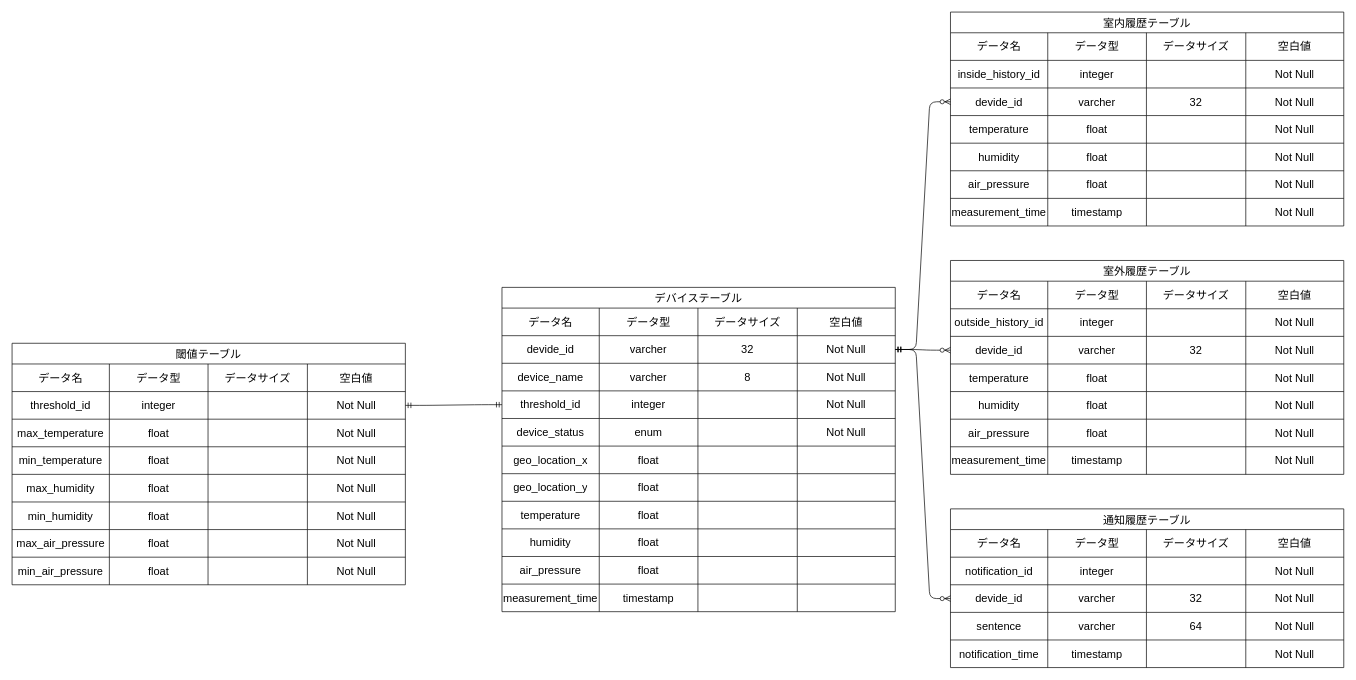
The draw.io diagram docs/design/db/E-R.drawio in GeL02468/room-temperature-measurement-system, before the edit. Source tidied: cells renumbered, new cells numbered last; positions are measured from the earlier drawing's top-left corner, leaving out a move shared by most shapes. Both pictures are drawn from the tidied source at 69%, with x=0, y=0 at pixel (12, 12).
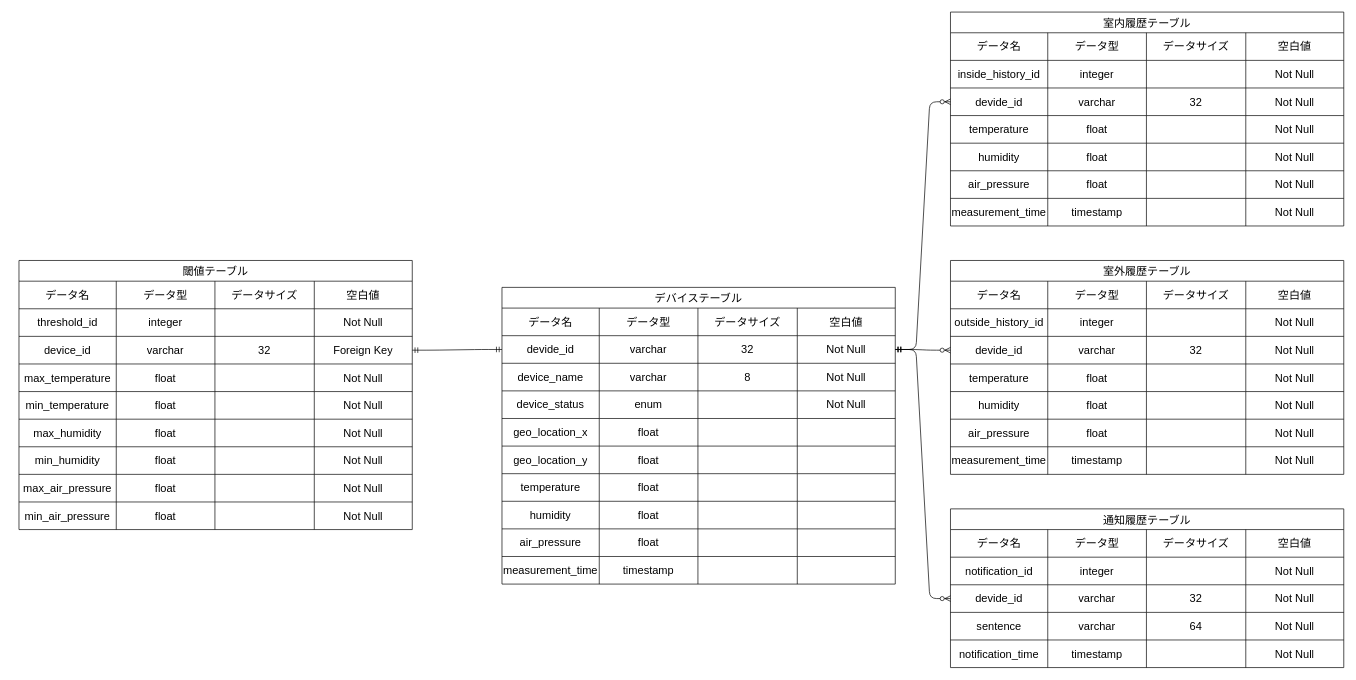
After the change.

The change refers to these unchanged cells:
```xml
<mxCell id="8" style="shape=tableRow;horizontal=0;startSize=0;swimlaneHead=0;swimlaneBody=0;strokeColor=inherit;top=0;left=0;bottom=0;right=0;fillColor=none;points=[[0,0.5],[1,0.5]];portConstraint=eastwest;fontSize=16;" parent="2" vertex="1">
  <mxGeometry y="70" width="570" height="40" as="geometry" />
</mxCell>
<mxCell id="54" style="shape=tableRow;horizontal=0;startSize=0;swimlaneHead=0;swimlaneBody=0;strokeColor=inherit;top=0;left=0;bottom=0;right=0;fillColor=none;points=[[0,0.5],[1,0.5]];portConstraint=eastwest;fontSize=16;" parent="43" vertex="1">
  <mxGeometry y="110" width="570" height="40" as="geometry" />
</mxCell>
<mxCell id="90" style="shape=tableRow;horizontal=0;startSize=0;swimlaneHead=0;swimlaneBody=0;strokeColor=inherit;top=0;left=0;bottom=0;right=0;fillColor=none;points=[[0,0.5],[1,0.5]];portConstraint=eastwest;fontSize=16;" parent="79" vertex="1">
  <mxGeometry y="110" width="570" height="40" as="geometry" />
</mxCell>
<mxCell id="95" style="shape=tableRow;horizontal=0;startSize=0;swimlaneHead=0;swimlaneBody=0;strokeColor=inherit;top=0;left=0;bottom=0;right=0;fillColor=none;fontSize=16;" parent="79" vertex="1">
  <mxGeometry y="150" width="570" height="40" as="geometry" />
</mxCell>
<mxCell id="116" style="shape=tableRow;horizontal=0;startSize=0;swimlaneHead=0;swimlaneBody=0;strokeColor=inherit;top=0;left=0;bottom=0;right=0;fillColor=none;points=[[0,0.5],[1,0.5]];portConstraint=eastwest;fontSize=16;" parent="105" vertex="1">
  <mxGeometry y="110" width="570" height="40" as="geometry" />
</mxCell>
<mxCell id="147" style="shape=tableRow;horizontal=0;startSize=0;swimlaneHead=0;swimlaneBody=0;strokeColor=inherit;top=0;left=0;bottom=0;right=0;fillColor=none;points=[[0,0.5],[1,0.5]];portConstraint=eastwest;fontSize=16;" parent="141" vertex="1">
  <mxGeometry y="70" width="570" height="40" as="geometry" />
</mxCell>
<mxCell id="152" style="shape=tableRow;horizontal=0;startSize=0;swimlaneHead=0;swimlaneBody=0;strokeColor=inherit;top=0;left=0;bottom=0;right=0;fillColor=none;fontSize=16;" parent="141" vertex="1">
  <mxGeometry y="110" width="570" height="40" as="geometry" />
</mxCell>
```

What changed in the source:
```diff
@@
     <mxCell id="2" value="閾値テーブル" style="shape=table;startSize=30;childLayout=tableLayout;strokeColor=default;fontSize=16;fontColor=light-dark(#000000,#FFFFFF);" parent="1" vertex="1">
-      <mxGeometry y="480" width="570" height="350" as="geometry" />
+      <mxGeometry x="10" y="360" width="570" height="390" as="geometry" />
     </mxCell>
@@
+    <mxCell id="201" style="shape=tableRow;horizontal=0;startSize=0;swimlaneHead=0;swimlaneBody=0;strokeColor=inherit;top=0;left=0;bottom=0;right=0;fillColor=none;points=[[0,0.5],[1,0.5]];portConstraint=eastwest;fontSize=16;" parent="2" vertex="1">
+      <mxGeometry y="110" width="570" height="40" as="geometry" />
+    </mxCell>
+    <mxCell id="202" value="device_id" style="shape=partialRectangle;html=1;whiteSpace=wrap;strokeColor=inherit;overflow=hidden;fillColor=none;top=0;left=0;bottom=0;right=0;fontSize=16;" parent="201" vertex="1">
+      <mxGeometry width="141" height="40" as="geometry" />
+    </mxCell>
+    <mxCell id="203" value="varchar" style="shape=partialRectangle;html=1;whiteSpace=wrap;strokeColor=inherit;overflow=hidden;fillColor=none;top=0;left=0;bottom=0;right=0;fontSize=16;" parent="201" vertex="1">
+      <mxGeometry x="141" width="143" height="40" as="geometry" />
+    </mxCell>
+    <mxCell id="204" value="32" style="shape=partialRectangle;html=1;whiteSpace=wrap;strokeColor=inherit;overflow=hidden;fillColor=none;top=0;left=0;bottom=0;right=0;fontSize=16;" parent="201" vertex="1">
+      <mxGeometry x="284" width="144" height="40" as="geometry" />
+    </mxCell>
+    <mxCell id="205" value="Foreign Key" style="shape=partialRectangle;html=1;whiteSpace=wrap;strokeColor=inherit;overflow=hidden;fillColor=none;top=0;left=0;bottom=0;right=0;fontSize=16;" parent="201" vertex="1">
+      <mxGeometry x="428" width="142" height="40" as="geometry" />
+    </mxCell>
     <mxCell id="13" style="shape=tableRow;horizontal=0;startSize=0;swimlaneHead=0;swimlaneBody=0;strokeColor=inherit;top=0;left=0;bottom=0;right=0;fillColor=none;fontSize=16;" parent="2" vertex="1">
-      <mxGeometry y="110" width="570" height="40" as="geometry" />
+      <mxGeometry y="150" width="570" height="40" as="geometry" />
     </mxCell>
@@
     <mxCell id="18" style="shape=tableRow;horizontal=0;startSize=0;swimlaneHead=0;swimlaneBody=0;strokeColor=inherit;top=0;left=0;bottom=0;right=0;fillColor=none;fontSize=16;" parent="2" vertex="1">
-      <mxGeometry y="150" width="570" height="40" as="geometry" />
+      <mxGeometry y="190" width="570" height="40" as="geometry" />
     </mxCell>
@@
     <mxCell id="23" style="shape=tableRow;horizontal=0;startSize=0;swimlaneHead=0;swimlaneBody=0;strokeColor=inherit;top=0;left=0;bottom=0;right=0;fillColor=none;fontSize=16;" parent="2" vertex="1">
-      <mxGeometry y="190" width="570" height="40" as="geometry" />
+      <mxGeometry y="230" width="570" height="40" as="geometry" />
     </mxCell>
@@
     <mxCell id="28" style="shape=tableRow;horizontal=0;startSize=0;swimlaneHead=0;swimlaneBody=0;strokeColor=inherit;top=0;left=0;bottom=0;right=0;fillColor=none;fontSize=16;" parent="2" vertex="1">
-      <mxGeometry y="230" width="570" height="40" as="geometry" />
+      <mxGeometry y="270" width="570" height="40" as="geometry" />
     </mxCell>
@@
     <mxCell id="33" style="shape=tableRow;horizontal=0;startSize=0;swimlaneHead=0;swimlaneBody=0;strokeColor=inherit;top=0;left=0;bottom=0;right=0;fillColor=none;fontSize=16;" parent="2" vertex="1">
-      <mxGeometry y="270" width="570" height="40" as="geometry" />
+      <mxGeometry y="310" width="570" height="40" as="geometry" />
     </mxCell>
@@
     <mxCell id="38" style="shape=tableRow;horizontal=0;startSize=0;swimlaneHead=0;swimlaneBody=0;strokeColor=inherit;top=0;left=0;bottom=0;right=0;fillColor=none;fontSize=16;" parent="2" vertex="1">
-      <mxGeometry y="310" width="570" height="40" as="geometry" />
+      <mxGeometry y="350" width="570" height="40" as="geometry" />
     </mxCell>
@@
-    <mxCell id="56" value="varcher" style="shape=partialRectangle;html=1;whiteSpace=wrap;strokeColor=inherit;overflow=hidden;fillColor=none;top=0;left=0;bottom=0;right=0;fontSize=16;" parent="54" vertex="1">
+    <mxCell id="56" value="varchar" style="shape=partialRectangle;html=1;whiteSpace=wrap;strokeColor=inherit;overflow=hidden;fillColor=none;top=0;left=0;bottom=0;right=0;fontSize=16;" parent="54" vertex="1">
       <mxGeometry x="141" width="143" height="40" as="geometry" />
     </mxCell>
@@
-    <mxCell id="92" value="varcher" style="shape=partialRectangle;html=1;whiteSpace=wrap;strokeColor=inherit;overflow=hidden;fillColor=none;top=0;left=0;bottom=0;right=0;fontSize=16;" parent="90" vertex="1">
+    <mxCell id="92" value="varchar" style="shape=partialRectangle;html=1;whiteSpace=wrap;strokeColor=inherit;overflow=hidden;fillColor=none;top=0;left=0;bottom=0;right=0;fontSize=16;" parent="90" vertex="1">
       <mxGeometry x="141" width="143" height="40" as="geometry" />
     </mxCell>
@@
-    <mxCell id="97" value="varcher" style="shape=partialRectangle;html=1;whiteSpace=wrap;strokeColor=inherit;overflow=hidden;fillColor=none;top=0;left=0;bottom=0;right=0;fontSize=16;fontColor=light-dark(#000000,#FFFFFF);" parent="95" vertex="1">
+    <mxCell id="97" value="varchar" style="shape=partialRectangle;html=1;whiteSpace=wrap;strokeColor=inherit;overflow=hidden;fillColor=none;top=0;left=0;bottom=0;right=0;fontSize=16;fontColor=light-dark(#000000,#FFFFFF);" parent="95" vertex="1">
       <mxGeometry x="141" width="143" height="40" as="geometry" />
     </mxCell>
@@
-    <mxCell id="118" value="varcher" style="shape=partialRectangle;html=1;whiteSpace=wrap;strokeColor=inherit;overflow=hidden;fillColor=none;top=0;left=0;bottom=0;right=0;fontSize=16;" parent="116" vertex="1">
+    <mxCell id="118" value="varchar" style="shape=partialRectangle;html=1;whiteSpace=wrap;strokeColor=inherit;overflow=hidden;fillColor=none;top=0;left=0;bottom=0;right=0;fontSize=16;" parent="116" vertex="1">
       <mxGeometry x="141" width="143" height="40" as="geometry" />
     </mxCell>
@@
     <mxCell id="141" value="デバイステーブル" style="shape=table;startSize=30;childLayout=tableLayout;strokeColor=default;fontSize=16;fontColor=light-dark(#000000,#FFFFFF);" parent="1" vertex="1">
-      <mxGeometry x="710" y="399" width="570" height="470" as="geometry" />
+      <mxGeometry x="710" y="399" width="570" height="430" as="geometry" />
     </mxCell>
@@
-    <mxCell id="149" value="varcher" style="shape=partialRectangle;html=1;whiteSpace=wrap;strokeColor=inherit;overflow=hidden;fillColor=none;top=0;left=0;bottom=0;right=0;fontSize=16;" parent="147" vertex="1">
+    <mxCell id="149" value="varchar" style="shape=partialRectangle;html=1;whiteSpace=wrap;strokeColor=inherit;overflow=hidden;fillColor=none;top=0;left=0;bottom=0;right=0;fontSize=16;" parent="147" vertex="1">
       <mxGeometry x="141" width="143" height="40" as="geometry" />
     </mxCell>
@@
-    <mxCell id="154" value="varcher" style="shape=partialRectangle;html=1;whiteSpace=wrap;strokeColor=inherit;overflow=hidden;fillColor=none;top=0;left=0;bottom=0;right=0;fontSize=16;" parent="152" vertex="1">
+    <mxCell id="154" value="varchar" style="shape=partialRectangle;html=1;whiteSpace=wrap;strokeColor=inherit;overflow=hidden;fillColor=none;top=0;left=0;bottom=0;right=0;fontSize=16;" parent="152" vertex="1">
       <mxGeometry x="141" width="143" height="40" as="geometry" />
     </mxCell>
@@
-    <mxCell id="157" style="shape=tableRow;horizontal=0;startSize=0;swimlaneHead=0;swimlaneBody=0;strokeColor=inherit;top=0;left=0;bottom=0;right=0;fillColor=none;points=[[0,0.5],[1,0.5]];portConstraint=eastwest;fontSize=16;" parent="141" vertex="1">
-      <mxGeometry y="150" width="570" height="40" as="geometry" />
-    </mxCell>
-    <mxCell id="158" value="threshold_id" style="shape=partialRectangle;html=1;whiteSpace=wrap;strokeColor=inherit;overflow=hidden;fillColor=none;top=0;left=0;bottom=0;right=0;fontSize=16;" parent="157" vertex="1">
-      <mxGeometry width="141" height="40" as="geometry" />
-    </mxCell>
-    <mxCell id="159" value="integer" style="shape=partialRectangle;html=1;whiteSpace=wrap;strokeColor=inherit;overflow=hidden;fillColor=none;top=0;left=0;bottom=0;right=0;fontSize=16;" parent="157" vertex="1">
-      <mxGeometry x="141" width="143" height="40" as="geometry" />
-    </mxCell>
-    <mxCell id="160" style="shape=partialRectangle;html=1;whiteSpace=wrap;strokeColor=inherit;overflow=hidden;fillColor=none;top=0;left=0;bottom=0;right=0;fontSize=16;" parent="157" vertex="1">
-      <mxGeometry x="284" width="144" height="40" as="geometry" />
-    </mxCell>
-    <mxCell id="161" value="Not Null" style="shape=partialRectangle;html=1;whiteSpace=wrap;strokeColor=inherit;overflow=hidden;fillColor=none;top=0;left=0;bottom=0;right=0;fontSize=16;" parent="157" vertex="1">
-      <mxGeometry x="428" width="142" height="40" as="geometry" />
-    </mxCell>
     <mxCell id="162" style="shape=tableRow;horizontal=0;startSize=0;swimlaneHead=0;swimlaneBody=0;strokeColor=inherit;top=0;left=0;bottom=0;right=0;fillColor=none;fontSize=16;" parent="141" vertex="1">
-      <mxGeometry y="190" width="570" height="40" as="geometry" />
+      <mxGeometry y="150" width="570" height="40" as="geometry" />
     </mxCell>
@@
     <mxCell id="167" style="shape=tableRow;horizontal=0;startSize=0;swimlaneHead=0;swimlaneBody=0;strokeColor=inherit;top=0;left=0;bottom=0;right=0;fillColor=none;fontSize=16;" parent="141" vertex="1">
-      <mxGeometry y="230" width="570" height="40" as="geometry" />
+      <mxGeometry y="190" width="570" height="40" as="geometry" />
     </mxCell>
@@
     <mxCell id="172" style="shape=tableRow;horizontal=0;startSize=0;swimlaneHead=0;swimlaneBody=0;strokeColor=inherit;top=0;left=0;bottom=0;right=0;fillColor=none;fontSize=16;" parent="141" vertex="1">
-      <mxGeometry y="270" width="570" height="40" as="geometry" />
+      <mxGeometry y="230" width="570" height="40" as="geometry" />
     </mxCell>
@@
     <mxCell id="177" style="shape=tableRow;horizontal=0;startSize=0;swimlaneHead=0;swimlaneBody=0;strokeColor=inherit;top=0;left=0;bottom=0;right=0;fillColor=none;fontSize=16;" parent="141" vertex="1">
-      <mxGeometry y="310" width="570" height="40" as="geometry" />
+      <mxGeometry y="270" width="570" height="40" as="geometry" />
     </mxCell>
@@
     <mxCell id="182" style="shape=tableRow;horizontal=0;startSize=0;swimlaneHead=0;swimlaneBody=0;strokeColor=inherit;top=0;left=0;bottom=0;right=0;fillColor=none;fontSize=16;" parent="141" vertex="1">
-      <mxGeometry y="350" width="570" height="40" as="geometry" />
+      <mxGeometry y="310" width="570" height="40" as="geometry" />
     </mxCell>
@@
     <mxCell id="187" style="shape=tableRow;horizontal=0;startSize=0;swimlaneHead=0;swimlaneBody=0;strokeColor=inherit;top=0;left=0;bottom=0;right=0;fillColor=none;fontSize=16;" parent="141" vertex="1">
-      <mxGeometry y="390" width="570" height="40" as="geometry" />
+      <mxGeometry y="350" width="570" height="40" as="geometry" />
     </mxCell>
@@
     <mxCell id="192" style="shape=tableRow;horizontal=0;startSize=0;swimlaneHead=0;swimlaneBody=0;strokeColor=inherit;top=0;left=0;bottom=0;right=0;fillColor=none;fontSize=16;" parent="141" vertex="1">
-      <mxGeometry y="430" width="570" height="40" as="geometry" />
+      <mxGeometry y="390" width="570" height="40" as="geometry" />
     </mxCell>
@@
-    <mxCell id="200" style="edgeStyle=entityRelationEdgeStyle;fontSize=12;html=1;endArrow=ERmandOne;startArrow=ERmandOne;exitX=1;exitY=0.5;exitDx=0;exitDy=0;entryX=0;entryY=0.5;entryDx=0;entryDy=0;" parent="1" edge="1" source="8" target="157">
+    <mxCell id="200" style="edgeStyle=entityRelationEdgeStyle;fontSize=12;html=1;endArrow=ERmandOne;startArrow=ERmandOne;exitX=1;exitY=0.5;exitDx=0;exitDy=0;entryX=0;entryY=0.5;entryDx=0;entryDy=0;" parent="1" edge="1" source="201" target="147">
       <mxGeometry relative="1" as="geometry" />
     </mxCell>
```
